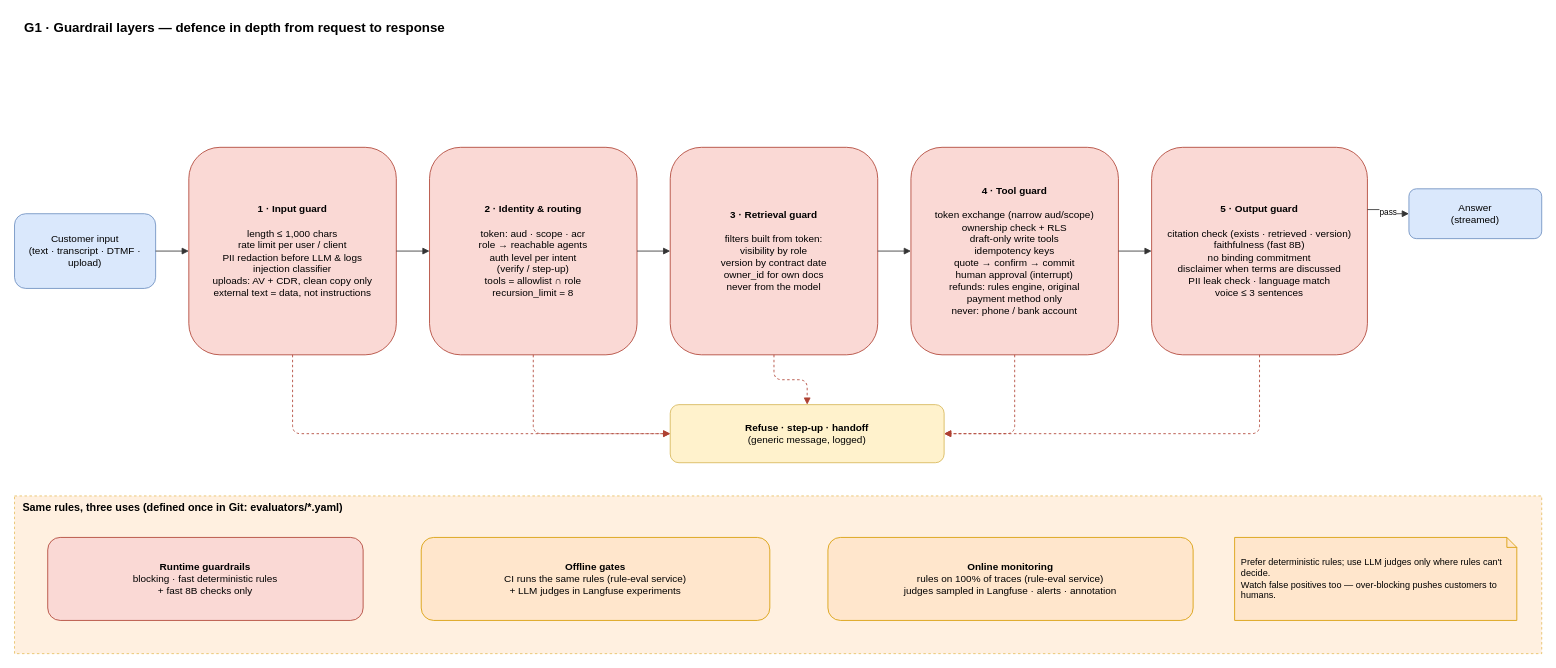
airplanecraft/customer-support-agent keeps this draw.io diagram as docs/diagrams/G1-guardrail-layers.drawio. Above is the earlier version. Source tidied: cells renumbered, new cells numbered last; positions are measured from the earlier drawing's top-left corner, leaving out a move shared by most shapes. Both pictures are drawn from the tidied source at 83%, with x=0, y=0 at pixel (14, 14).
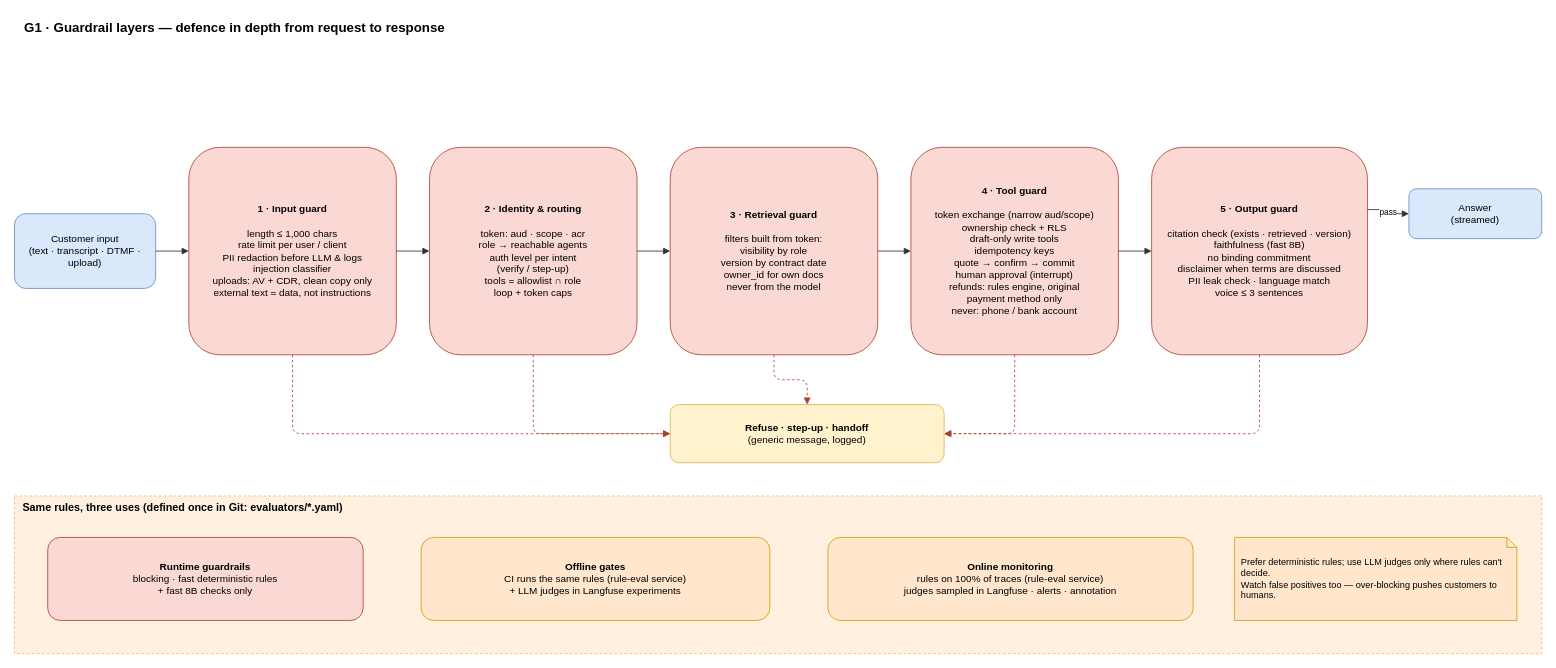
The same diagram, later.

Commit message (it also covers changes not shown here):
Add Appendix A: limits, timeouts, loop caps and token budgets (EN + ZH)

Change to the diagram source:
```diff
@@
-    <mxCell id="5" value="&lt;b&gt;2 · Identity &amp; routing&lt;/b&gt;&lt;br&gt;&lt;br&gt;token: aud · scope · acr&lt;br&gt;role → reachable agents&lt;br&gt;auth level per intent&lt;br&gt;(verify / step-up)&lt;br&gt;tools = allowlist ∩ role&lt;br&gt;recursion_limit = 8" style="rounded=1;whiteSpace=wrap;html=1;fillColor=#fad9d5;strokeColor=#ae4132;fontSize=12;" parent="1" vertex="1">
+    <mxCell id="5" value="&lt;b&gt;2 · Identity &amp; routing&lt;/b&gt;&lt;br&gt;&lt;br&gt;token: aud · scope · acr&lt;br&gt;role → reachable agents&lt;br&gt;auth level per intent&lt;br&gt;(verify / step-up)&lt;br&gt;tools = allowlist ∩ role&lt;br&gt;loop + token caps" style="rounded=1;whiteSpace=wrap;html=1;fillColor=#fad9d5;strokeColor=#ae4132;fontSize=12;" parent="1" vertex="1">
       <mxGeometry x="500" y="160" width="250" height="250" as="geometry" />
     </mxCell>
```
